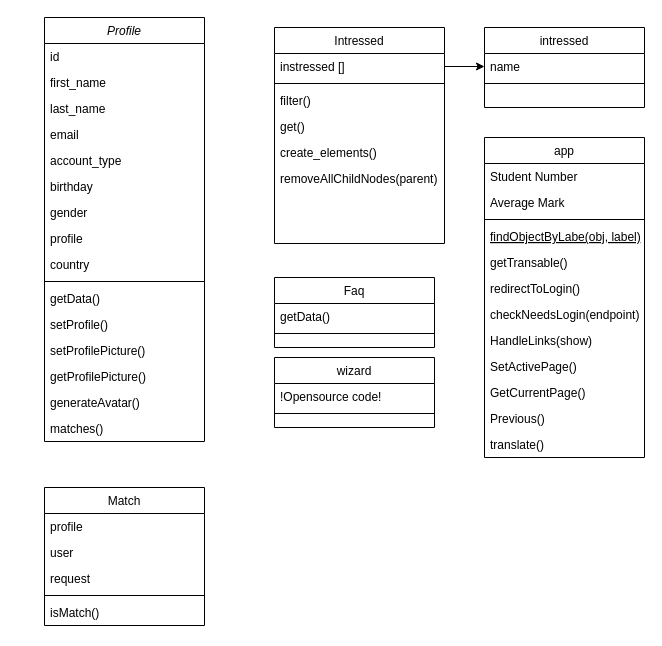
Before: fys_erd.drawio in Joli04/Project-Fasten-Your-Seatbelts, a draw.io diagram. Source tidied: cells renumbered, new cells numbered last; positions are measured from the earlier drawing's top-left corner, leaving out a move shared by most shapes. Both pictures are drawn from the tidied source at 100%, with x=0, y=0 at pixel (44, 17).
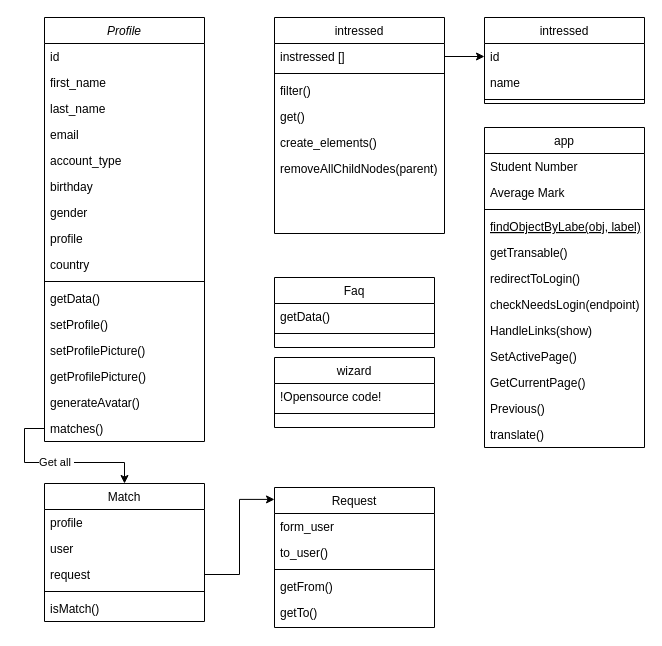
Above is the later version.

Commit message:
Basic Erd (Draw.io)

Moet nog verbeterd worden!

Unchanged cells that the change refers to:
```xml
<mxCell id="18" value="matches()" style="text;align=left;verticalAlign=top;spacingLeft=4;spacingRight=4;overflow=hidden;points=[[0,0.5],[1,0.5]];portConstraint=eastwest;" parent="2" vertex="1">
  <mxGeometry y="398" width="160" height="26" as="geometry" />
</mxCell>
<mxCell id="52" value="request" style="text;align=left;verticalAlign=top;spacingLeft=4;spacingRight=4;overflow=hidden;points=[[0,0.5],[1,0.5]];portConstraint=eastwest;" parent="49" vertex="1">
  <mxGeometry y="78" width="160" height="26" as="geometry" />
</mxCell>
```

Diff of the diagram source:
```diff
@@
     <mxCell id="19" value="app" style="swimlane;fontStyle=0;align=center;verticalAlign=top;horizontal=1;startSize=26;rounded=0;shadow=0;strokeWidth=1;" parent="1" vertex="1">
-      <mxGeometry x="440" y="120" width="160" height="320" as="geometry" />
+      <mxGeometry x="440" y="110" width="160" height="320" as="geometry" />
     </mxCell>
@@
-    <mxCell id="35" value="Intressed" style="swimlane;fontStyle=0;align=center;verticalAlign=top;horizontal=1;startSize=26;rounded=0;shadow=0;strokeWidth=1;" parent="1" vertex="1">
-      <mxGeometry x="230" y="10" width="170" height="216" as="geometry" />
+    <mxCell id="35" value="intressed" style="swimlane;fontStyle=0;align=center;verticalAlign=top;horizontal=1;startSize=26;rounded=0;shadow=0;strokeWidth=1;" parent="1" vertex="1">
+      <mxGeometry x="230" width="170" height="216" as="geometry" />
     </mxCell>
@@
     <mxCell id="42" value="intressed" style="swimlane;fontStyle=0;align=center;verticalAlign=top;horizontal=1;startSize=26;rounded=0;shadow=0;strokeWidth=1;" parent="1" vertex="1">
-      <mxGeometry x="440" y="10" width="160" height="80" as="geometry" />
+      <mxGeometry x="440" width="160" height="86" as="geometry" />
     </mxCell>
-    <mxCell id="43" value="name" style="text;align=left;verticalAlign=top;spacingLeft=4;spacingRight=4;overflow=hidden;points=[[0,0.5],[1,0.5]];portConstraint=eastwest;" parent="42" vertex="1">
+    <mxCell id="43" value="id" style="text;align=left;verticalAlign=top;spacingLeft=4;spacingRight=4;overflow=hidden;points=[[0,0.5],[1,0.5]];portConstraint=eastwest;" parent="42" vertex="1">
       <mxGeometry y="26" width="160" height="26" as="geometry" />
     </mxCell>
+    <mxCell id="55" value="name" style="text;align=left;verticalAlign=top;spacingLeft=4;spacingRight=4;overflow=hidden;" parent="42" vertex="1">
+      <mxGeometry y="52" width="160" height="26" as="geometry" />
+    </mxCell>
     <mxCell id="44" style="line;html=1;strokeWidth=1;align=left;verticalAlign=middle;spacingTop=-1;spacingLeft=3;spacingRight=3;labelPosition=right;" parent="42" vertex="1">
-      <mxGeometry y="52" width="160" height="8" as="geometry" />
+      <mxGeometry y="78" width="160" height="8" as="geometry" />
     </mxCell>
@@
     <mxCell id="49" value="Match" style="swimlane;fontStyle=0;align=center;verticalAlign=top;horizontal=1;startSize=26;rounded=0;shadow=0;strokeWidth=1;" parent="1" vertex="1">
-      <mxGeometry y="470" width="160" height="138" as="geometry" />
+      <mxGeometry y="466" width="160" height="138" as="geometry" />
     </mxCell>
@@
+    <mxCell id="56" value="Request" style="swimlane;fontStyle=0;align=center;verticalAlign=top;horizontal=1;startSize=26;rounded=0;shadow=0;strokeWidth=1;" parent="1" vertex="1">
+      <mxGeometry x="230" y="470" width="160" height="140" as="geometry" />
+    </mxCell>
+    <mxCell id="57" value="form_user" style="text;align=left;verticalAlign=top;spacingLeft=4;spacingRight=4;overflow=hidden;" parent="56" vertex="1">
+      <mxGeometry y="26" width="160" height="26" as="geometry" />
+    </mxCell>
+    <mxCell id="58" value="to_user()" style="text;align=left;verticalAlign=top;spacingLeft=4;spacingRight=4;overflow=hidden;" parent="56" vertex="1">
+      <mxGeometry y="52" width="160" height="26" as="geometry" />
+    </mxCell>
+    <mxCell id="59" style="line;html=1;strokeWidth=1;align=left;verticalAlign=middle;spacingTop=-1;spacingLeft=3;spacingRight=3;labelPosition=right;" parent="56" vertex="1">
+      <mxGeometry y="78" width="160" height="8" as="geometry" />
+    </mxCell>
+    <mxCell id="60" value="getFrom()" style="text;align=left;verticalAlign=top;spacingLeft=4;spacingRight=4;overflow=hidden;" parent="56" vertex="1">
+      <mxGeometry y="86" width="160" height="26" as="geometry" />
+    </mxCell>
+    <mxCell id="61" value="getTo()" style="text;align=left;verticalAlign=top;spacingLeft=4;spacingRight=4;overflow=hidden;" parent="56" vertex="1">
+      <mxGeometry y="112" width="160" height="26" as="geometry" />
+    </mxCell>
+    <mxCell id="62" style="edgeStyle=orthogonalEdgeStyle;rounded=0;jettySize=auto;html=1;entryX=0;entryY=0.085;entryDx=0;entryDy=0;entryPerimeter=0;" parent="1" edge="1" source="52" target="56">
+      <mxGeometry relative="1" as="geometry" />
+    </mxCell>
+    <mxCell id="63" style="edgeStyle=orthogonalEdgeStyle;rounded=0;jettySize=auto;html=1;" parent="1" edge="1" source="18" target="49">
+      <mxGeometry relative="1" as="geometry" />
+    </mxCell>
+    <mxCell id="64" value="Get all&amp;nbsp;" style="edgeLabel;html=1;align=center;verticalAlign=middle;" parent="63" vertex="1">
+      <mxGeometry x="-0.03" y="1" relative="1" as="geometry" />
+    </mxCell>
```
